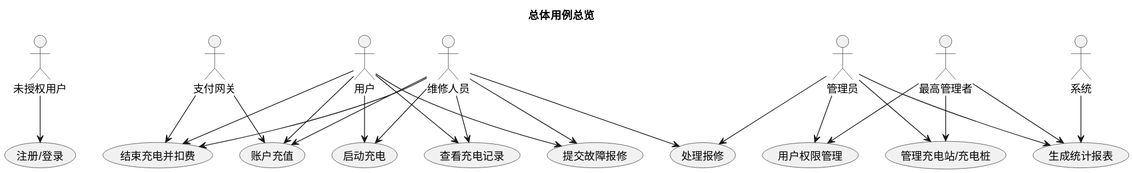
The PlantUML diagram usecase/docs/overview/img/usecase_overall.svg in greenhandzdl/charging-station-doc, before a commit. Its diagram source:
```plantuml
@startuml
title 总体用例总览
skinparam useCaseShape rectangle

actor "未授权用户" as G
actor "用户" as U
actor "维修人员" as M
actor "管理员" as A
actor "最高管理者" as SA
actor "支付网关" as P
actor "系统" as S

usecase "注册/登录" as UC
usecase "账户充值" as RA
usecase "启动充电" as SC
usecase "结束充电并扣费" as EC
usecase "查看充电记录" as VCR
usecase "提交故障报修" as SRT
usecase "管理充电站/充电桩" as MM
usecase "用户权限管理" as PM
usecase "处理报修" as HR
usecase "生成统计报表" as GS

G --> UC

U --> RA
U --> SC
U --> EC
U --> VCR
U --> SRT

M --> RA
M --> SC
M --> EC
M --> VCR
M --> SRT
M --> HR

A --> MM
A --> PM
A --> HR
A --> GS
SA --> MM
SA --> PM
SA --> GS

P --> RA
P --> EC
S --> GS
@enduml
```
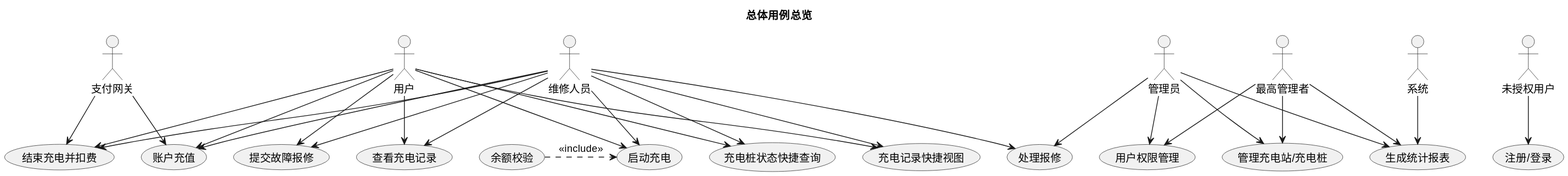
Above is the later version.

Diff of the diagram source:
```diff
@@ -13,6 +13,7 @@
 usecase "注册/登录" as UC
 usecase "账户充值" as RA
 usecase "启动充电" as SC
+usecase "余额校验" as BAL
 usecase "结束充电并扣费" as EC
 usecase "查看充电记录" as VCR
 usecase "提交故障报修" as SRT
@@ -20,6 +21,8 @@
 usecase "用户权限管理" as PM
 usecase "处理报修" as HR
 usecase "生成统计报表" as GS
+usecase "充电记录快捷视图" as QV
+usecase "充电桩状态快捷查询" as QC
 
 G --> UC
 
@@ -28,6 +31,8 @@
 U --> EC
 U --> VCR
 U --> SRT
+U --> QV
+U --> QC
 
 M --> RA
 M --> SC
@@ -35,6 +40,8 @@
 M --> VCR
 M --> SRT
 M --> HR
+M --> QV
+M --> QC
 
 A --> MM
 A --> PM
@@ -47,4 +54,6 @@
 P --> RA
 P --> EC
 S --> GS
+
+SC <.left. BAL : <<include>>
 @enduml
```
